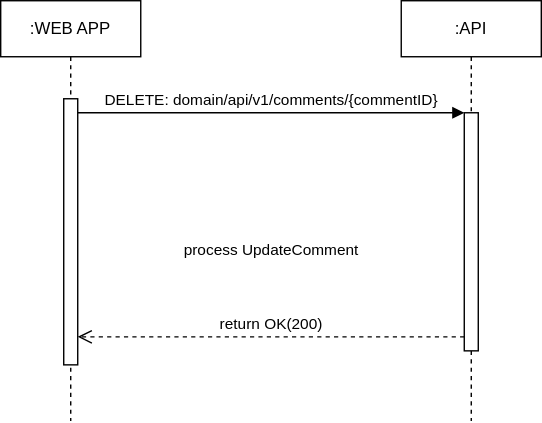
The draw.io diagram image/systemdiagram_sequenzdiagram/UpdateComment.svg in StudyConnect-ZHAW/StudyConnect, before a commit. Source tidied: cells renumbered, new cells last; positions are measured from the earlier drawing's top-left corner, leaving out a move shared by most shapes.
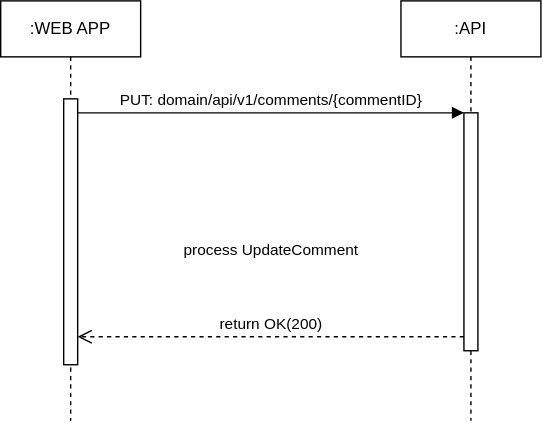
Above is the later version.

Change to the diagram source:
```diff
@@ -14,7 +14,7 @@
     <mxCell id="5" style="html=1;points=[];perimeter=orthogonalPerimeter;outlineConnect=0;targetShapes=umlLifeline;portConstraint=eastwest;newEdgeStyle={&quot;edgeStyle&quot;:&quot;elbowEdgeStyle&quot;,&quot;elbow&quot;:&quot;vertical&quot;,&quot;curved&quot;:0,&quot;rounded&quot;:0};" parent="4" vertex="1">
       <mxGeometry x="45" y="80" width="10" height="170" as="geometry" />
     </mxCell>
-    <mxCell id="6" value="DELETE: domain/api/v1/comments/{commentID}" style="html=1;verticalAlign=bottom;endArrow=block;edgeStyle=elbowEdgeStyle;elbow=horizontal;curved=0;rounded=0;" parent="1" edge="1" source="3" target="5">
+    <mxCell id="6" value="PUT: domain/api/v1/comments/{commentID}" style="html=1;verticalAlign=bottom;endArrow=block;edgeStyle=elbowEdgeStyle;elbow=horizontal;curved=0;rounded=0;" parent="1" edge="1" source="3" target="5">
       <mxGeometry relative="1" as="geometry">
         <Array as="points">
           <mxPoint x="141" y="80" />
```
